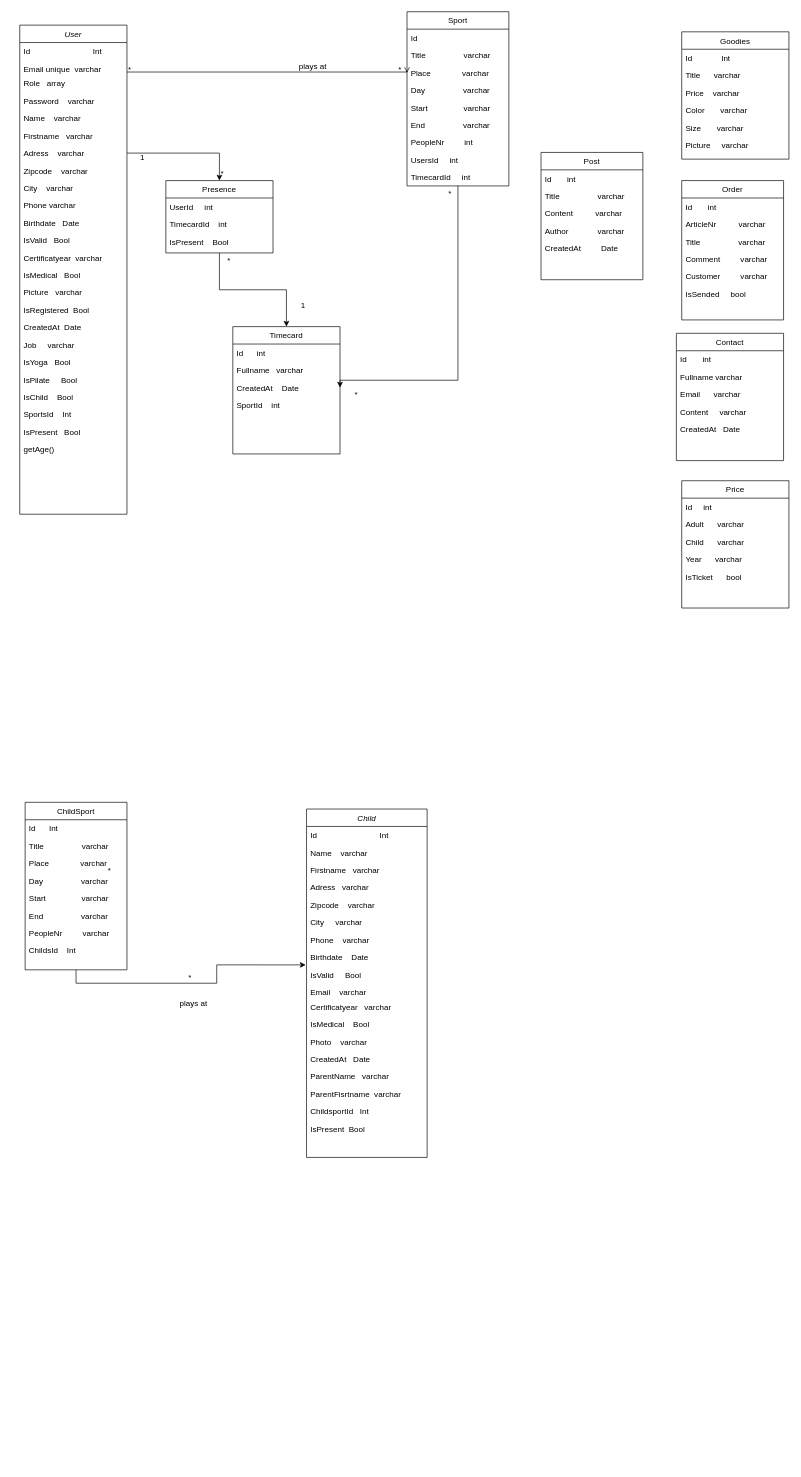
Before: asdec/Diagramme de classe bon.drawio in cyrisa02/diagrammes-UML, a draw.io diagram. Source tidied: cells renumbered, new cells numbered last; positions are measured from the earlier drawing's top-left corner, leaving out a move shared by most shapes. Both pictures are drawn from the tidied source at 67%, with x=0, y=0 at pixel (19, 11).
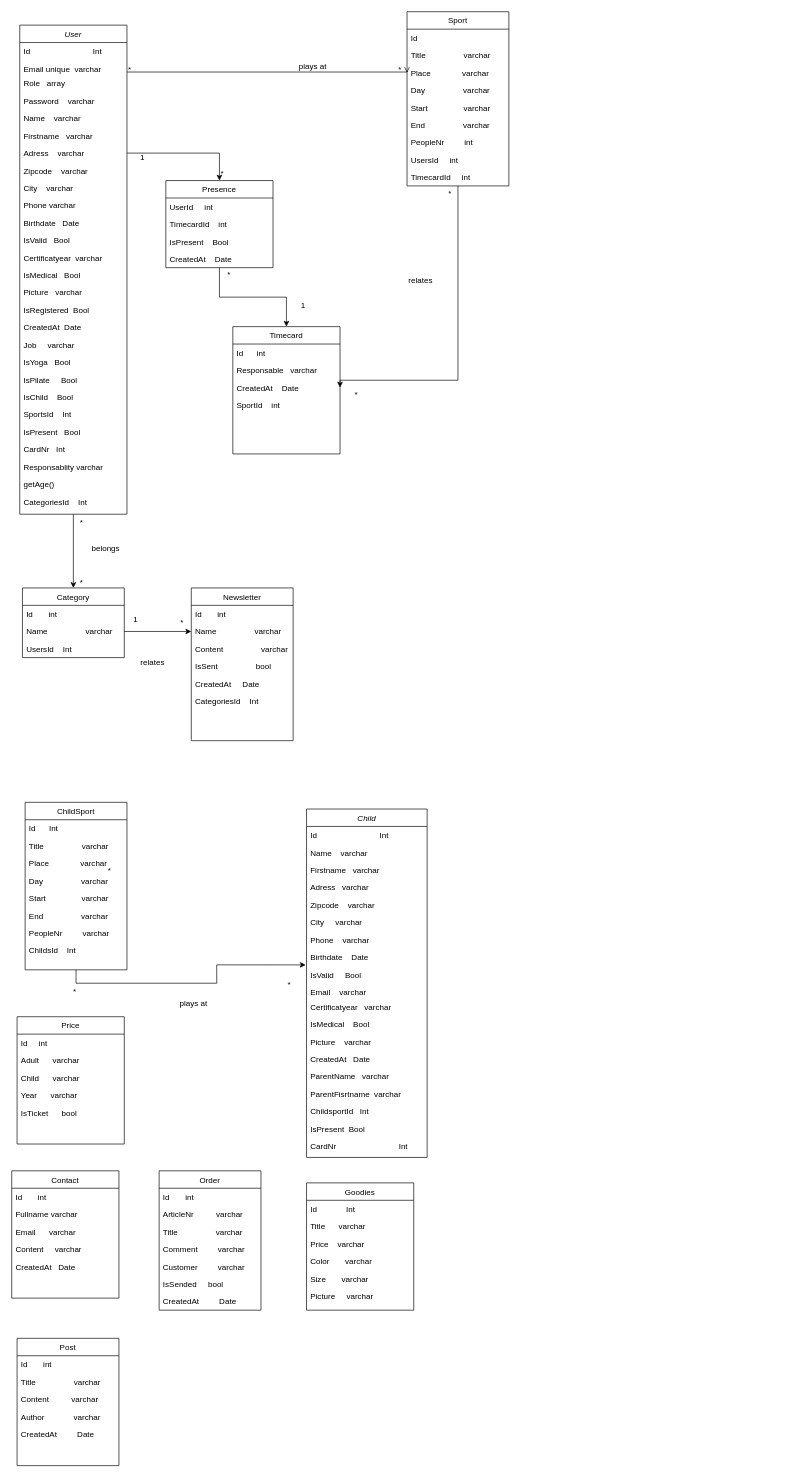
After the change.

Commit message:
Mettre à jour Diagramme de classe bon.drawio

Unchanged cells that the change refers to:
```xml
<mxCell id="2" value="User" style="swimlane;fontStyle=2;align=center;verticalAlign=top;horizontal=1;startSize=26;rounded=0;shadow=0;strokeWidth=1;" parent="1" vertex="1">
  <mxGeometry y="20" width="160" height="730" as="geometry" />
</mxCell>
<mxCell id="27" style="endArrow=open;shadow=0;strokeWidth=1;rounded=0;endFill=1;edgeStyle=elbowEdgeStyle;elbow=vertical;entryX=0;entryY=0.5;entryDx=0;entryDy=0;" parent="1" edge="1" source="2" target="44">
  <mxGeometry x="0.5" y="41" relative="1" as="geometry">
    <Array as="points">
      <mxPoint x="428" y="90" />
      <mxPoint x="458" y="70" />
      <mxPoint x="378" y="40" />
      <mxPoint x="458" y="160" />
    </Array>
    <mxPoint x="-40" y="32" as="offset" />
  </mxGeometry>
</mxCell>
<mxCell id="64" value="Child" style="swimlane;fontStyle=2;align=center;verticalAlign=top;horizontal=1;startSize=26;rounded=0;shadow=0;strokeWidth=1;" parent="1" vertex="1">
  <mxGeometry x="428" y="1190" width="180" height="520" as="geometry" />
</mxCell>
<mxCell id="112" value="Timecard" style="swimlane;fontStyle=0;align=center;verticalAlign=top;horizontal=1;startSize=26;rounded=0;shadow=0;strokeWidth=1;" parent="1" vertex="1">
  <mxGeometry x="318" y="470" width="160" height="190" as="geometry" />
</mxCell>
```

Change to the diagram source:
```diff
@@
+    <mxCell id="123" style="edgeStyle=orthogonalEdgeStyle;rounded=0;jettySize=auto;html=1;exitX=0.5;exitY=1;exitDx=0;exitDy=0;entryX=0.5;entryY=0;entryDx=0;entryDy=0;" parent="1" edge="1" source="2" target="138">
+      <mxGeometry relative="1" as="geometry" />
+    </mxCell>
@@
+    <mxCell id="124" value="CardNr   Int" style="text;align=left;verticalAlign=top;spacingLeft=4;spacingRight=4;overflow=hidden;" parent="2" vertex="1">
+      <mxGeometry y="620" width="160" height="26" as="geometry" />
+    </mxCell>
+    <mxCell id="125" value="Responsablity varchar" style="text;align=left;verticalAlign=top;spacingLeft=4;spacingRight=4;overflow=hidden;" parent="2" vertex="1">
+      <mxGeometry y="646" width="160" height="26" as="geometry" />
+    </mxCell>
     <mxCell id="26" value="getAge()" style="text;align=left;verticalAlign=top;spacingLeft=4;spacingRight=4;overflow=hidden;" parent="2" vertex="1">
-      <mxGeometry y="620" width="160" height="26" as="geometry" />
+      <mxGeometry y="672" width="160" height="26" as="geometry" />
     </mxCell>
+    <mxCell id="126" value="CategoriesId    Int" style="text;align=left;verticalAlign=top;spacingLeft=4;spacingRight=4;overflow=hidden;" parent="2" vertex="1">
+      <mxGeometry y="698" width="160" height="26" as="geometry" />
+    </mxCell>
@@
     <mxCell id="31" value="*" style="align=left;verticalAlign=bottom;labelBackgroundColor=none;fontSize=12;" parent="27" vertex="1">
       <mxGeometry x="-1" relative="1" as="geometry">
-        <mxPoint x="90" y="1360" as="offset" />
+        <mxPoint x="-82" y="1380" as="offset" />
       </mxGeometry>
     </mxCell>
@@
     <mxCell id="34" value="*" style="align=left;verticalAlign=bottom;labelBackgroundColor=none;fontSize=12;" parent="27" vertex="1">
       <mxGeometry x="-1" relative="1" as="geometry">
-        <mxPoint x="148" y="290" as="offset" />
+        <mxPoint x="148" y="310" as="offset" />
       </mxGeometry>
     </mxCell>
@@
+    <mxCell id="127" value="*" style="align=left;verticalAlign=bottom;labelBackgroundColor=none;fontSize=12;" parent="27" vertex="1">
+      <mxGeometry x="-1" relative="1" as="geometry">
+        <mxPoint x="-72" y="680" as="offset" />
+      </mxGeometry>
+    </mxCell>
+    <mxCell id="128" value="*" style="align=left;verticalAlign=bottom;labelBackgroundColor=none;fontSize=12;" parent="27" vertex="1">
+      <mxGeometry x="-1" relative="1" as="geometry">
+        <mxPoint x="-72" y="770" as="offset" />
+      </mxGeometry>
+    </mxCell>
+    <mxCell id="129" value="*" style="align=left;verticalAlign=bottom;labelBackgroundColor=none;fontSize=12;" parent="27" vertex="1">
+      <mxGeometry x="-1" relative="1" as="geometry">
+        <mxPoint x="78" y="830" as="offset" />
+      </mxGeometry>
+    </mxCell>
+    <mxCell id="130" value="1&#10;" style="align=left;verticalAlign=bottom;labelBackgroundColor=none;fontSize=12;" parent="27" vertex="1">
+      <mxGeometry x="-1" relative="1" as="geometry">
+        <mxPoint x="8" y="840" as="offset" />
+      </mxGeometry>
+    </mxCell>
+    <mxCell id="131" value="*" style="align=left;verticalAlign=bottom;labelBackgroundColor=none;fontSize=12;" parent="27" vertex="1">
+      <mxGeometry x="-1" relative="1" as="geometry">
+        <mxPoint x="238" y="1370" as="offset" />
+      </mxGeometry>
+    </mxCell>
+    <mxCell id="132" value="relates" style="text;html=1;align=center;verticalAlign=middle;labelBackgroundColor=none;rounded=0;shadow=0;strokeWidth=1;fontSize=12;" parent="27" vertex="1">
+      <mxGeometry x="0.5" y="49" relative="1" as="geometry">
+        <mxPoint x="123" y="359" as="offset" />
+      </mxGeometry>
+    </mxCell>
+    <mxCell id="133" value="belongs " style="text;html=1;align=center;verticalAlign=middle;labelBackgroundColor=none;rounded=0;shadow=0;strokeWidth=1;fontSize=12;" parent="27" vertex="1">
+      <mxGeometry x="0.5" y="49" relative="1" as="geometry">
+        <mxPoint x="-347" y="759" as="offset" />
+      </mxGeometry>
+    </mxCell>
+    <mxCell id="134" value="relates" style="text;html=1;align=center;verticalAlign=middle;labelBackgroundColor=none;rounded=0;shadow=0;strokeWidth=1;fontSize=12;" parent="27" vertex="1">
+      <mxGeometry x="0.5" y="49" relative="1" as="geometry">
+        <mxPoint x="-277" y="929" as="offset" />
+      </mxGeometry>
+    </mxCell>
@@
     <mxCell id="51" value="Goodies" style="swimlane;fontStyle=0;align=center;verticalAlign=top;horizontal=1;startSize=26;rounded=0;shadow=0;strokeWidth=1;" parent="1" vertex="1">
-      <mxGeometry x="988" y="30" width="160" height="190" as="geometry" />
+      <mxGeometry x="428" y="1748" width="160" height="190" as="geometry" />
     </mxCell>
@@
     <mxCell id="58" value="Post" style="swimlane;fontStyle=0;align=center;verticalAlign=top;horizontal=1;startSize=26;rounded=0;shadow=0;strokeWidth=1;" parent="1" vertex="1">
-      <mxGeometry x="778" y="210" width="152" height="190" as="geometry" />
+      <mxGeometry x="-4" y="1980" width="152" height="190" as="geometry" />
     </mxCell>
@@
-    <mxCell id="77" value="Photo    varchar" style="text;align=left;verticalAlign=top;spacingLeft=4;spacingRight=4;overflow=hidden;" parent="64" vertex="1">
+    <mxCell id="77" value="Picture    varchar" style="text;align=left;verticalAlign=top;spacingLeft=4;spacingRight=4;overflow=hidden;" parent="64" vertex="1">
       <mxGeometry y="334" width="180" height="26" as="geometry" />
     </mxCell>
@@
+    <mxCell id="135" value="CardNr                            Int" style="text;align=left;verticalAlign=top;spacingLeft=4;spacingRight=4;overflow=hidden;" parent="64" vertex="1">
+      <mxGeometry y="490" width="180" height="26" as="geometry" />
+    </mxCell>
@@
     <mxCell id="93" value="Order" style="swimlane;fontStyle=0;align=center;verticalAlign=top;horizontal=1;startSize=26;rounded=0;shadow=0;strokeWidth=1;" parent="1" vertex="1">
-      <mxGeometry x="988" y="252" width="152" height="208" as="geometry" />
+      <mxGeometry x="208" y="1730" width="152" height="208" as="geometry" />
     </mxCell>
@@
+    <mxCell id="136" value="CreatedAt         Date" style="text;align=left;verticalAlign=top;spacingLeft=4;spacingRight=4;overflow=hidden;rounded=0;shadow=0;html=0;" parent="93" vertex="1">
+      <mxGeometry y="182" width="152" height="26" as="geometry" />
+    </mxCell>
     <mxCell id="100" value="Price" style="swimlane;fontStyle=0;align=center;verticalAlign=top;horizontal=1;startSize=26;rounded=0;shadow=0;strokeWidth=1;" parent="1" vertex="1">
-      <mxGeometry x="988" y="700" width="160" height="190" as="geometry" />
+      <mxGeometry x="-4" y="1500" width="160" height="190" as="geometry" />
     </mxCell>
@@
     <mxCell id="106" value="Contact" style="swimlane;fontStyle=0;align=center;verticalAlign=top;horizontal=1;startSize=26;rounded=0;shadow=0;strokeWidth=1;" parent="1" vertex="1">
-      <mxGeometry x="980" y="480" width="160" height="190" as="geometry" />
+      <mxGeometry x="-12" y="1730" width="160" height="190" as="geometry" />
     </mxCell>
@@
-    <mxCell id="114" value="Fullname   varchar" style="text;align=left;verticalAlign=top;spacingLeft=4;spacingRight=4;overflow=hidden;" parent="112" vertex="1">
+    <mxCell id="114" value="Responsable   varchar" style="text;align=left;verticalAlign=top;spacingLeft=4;spacingRight=4;overflow=hidden;" parent="112" vertex="1">
       <mxGeometry y="52" width="160" height="26" as="geometry" />
     </mxCell>
@@
     <mxCell id="118" value="Presence" style="swimlane;fontStyle=0;align=center;verticalAlign=top;horizontal=1;startSize=26;rounded=0;shadow=0;strokeWidth=1;" parent="1" vertex="1">
-      <mxGeometry x="218" y="252" width="160" height="108" as="geometry" />
+      <mxGeometry x="218" y="252" width="160" height="130" as="geometry" />
     </mxCell>
@@
+    <mxCell id="137" value="CreatedAt    Date" style="text;align=left;verticalAlign=top;spacingLeft=4;spacingRight=4;overflow=hidden;" parent="118" vertex="1">
+      <mxGeometry y="104" width="160" height="26" as="geometry" />
+    </mxCell>
@@
+    <mxCell id="138" value="Category" style="swimlane;fontStyle=0;align=center;verticalAlign=top;horizontal=1;startSize=26;rounded=0;shadow=0;strokeWidth=1;" parent="1" vertex="1">
+      <mxGeometry x="4" y="860" width="152" height="104" as="geometry" />
+    </mxCell>
+    <mxCell id="139" value="Id       int" style="text;align=left;verticalAlign=top;spacingLeft=4;spacingRight=4;overflow=hidden;" parent="138" vertex="1">
+      <mxGeometry y="26" width="152" height="26" as="geometry" />
+    </mxCell>
+    <mxCell id="140" value="Name                 varchar" style="text;align=left;verticalAlign=top;spacingLeft=4;spacingRight=4;overflow=hidden;points=[[0,0.5],[1,0.5]];portConstraint=eastwest;rounded=0;shadow=0;html=0;" parent="138" vertex="1">
+      <mxGeometry y="52" width="152" height="26" as="geometry" />
+    </mxCell>
+    <mxCell id="141" value="UsersId    Int" style="text;align=left;verticalAlign=top;spacingLeft=4;spacingRight=4;overflow=hidden;" parent="138" vertex="1">
+      <mxGeometry y="78" width="152" height="26" as="geometry" />
+    </mxCell>
+    <mxCell id="142" value="Newsletter" style="swimlane;fontStyle=0;align=center;verticalAlign=top;horizontal=1;startSize=26;rounded=0;shadow=0;strokeWidth=1;" parent="1" vertex="1">
+      <mxGeometry x="256" y="860" width="152" height="228" as="geometry" />
+    </mxCell>
+    <mxCell id="143" value="Id       int" style="text;align=left;verticalAlign=top;spacingLeft=4;spacingRight=4;overflow=hidden;" parent="142" vertex="1">
+      <mxGeometry y="26" width="152" height="26" as="geometry" />
+    </mxCell>
+    <mxCell id="144" value="Name                 varchar" style="text;align=left;verticalAlign=top;spacingLeft=4;spacingRight=4;overflow=hidden;points=[[0,0.5],[1,0.5]];portConstraint=eastwest;rounded=0;shadow=0;html=0;" parent="142" vertex="1">
+      <mxGeometry y="52" width="152" height="26" as="geometry" />
+    </mxCell>
+    <mxCell id="145" value="Content                 varchar" style="text;align=left;verticalAlign=top;spacingLeft=4;spacingRight=4;overflow=hidden;rounded=0;shadow=0;html=0;" parent="142" vertex="1">
+      <mxGeometry y="78" width="152" height="26" as="geometry" />
+    </mxCell>
+    <mxCell id="146" value="IsSent                 bool" style="text;align=left;verticalAlign=top;spacingLeft=4;spacingRight=4;overflow=hidden;rounded=0;shadow=0;html=0;" parent="142" vertex="1">
+      <mxGeometry y="104" width="152" height="26" as="geometry" />
+    </mxCell>
+    <mxCell id="147" value="CreatedAt     Date" style="text;align=left;verticalAlign=top;spacingLeft=4;spacingRight=4;overflow=hidden;rounded=0;shadow=0;html=0;" parent="142" vertex="1">
+      <mxGeometry y="130" width="152" height="26" as="geometry" />
+    </mxCell>
+    <mxCell id="148" value="CategoriesId    Int" style="text;align=left;verticalAlign=top;spacingLeft=4;spacingRight=4;overflow=hidden;" parent="142" vertex="1">
+      <mxGeometry y="156" width="152" height="72" as="geometry" />
+    </mxCell>
+    <mxCell id="149" style="edgeStyle=orthogonalEdgeStyle;rounded=0;jettySize=auto;html=1;exitX=1;exitY=0.5;exitDx=0;exitDy=0;entryX=0;entryY=0.5;entryDx=0;entryDy=0;" parent="1" edge="1" source="140" target="144">
+      <mxGeometry relative="1" as="geometry" />
+    </mxCell>
```
